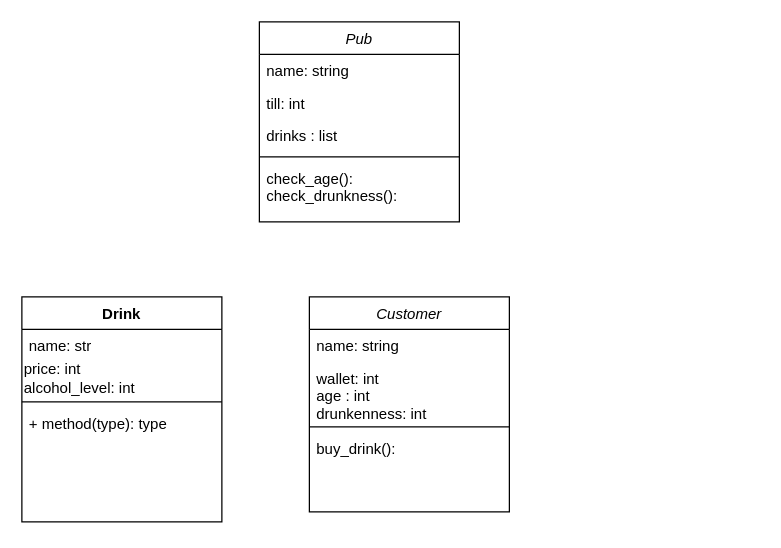
This is Class_Diagrams_Pub.drawio from Wellington-Black/pub_lab, a draw.io file, before an edit. Source tidied: cells renumbered, new cells numbered last; positions are measured from the earlier drawing's top-left corner, leaving out a move shared by most shapes. Both pictures are drawn from the tidied source at 125%, with x=0, y=0 at pixel (21, 21).
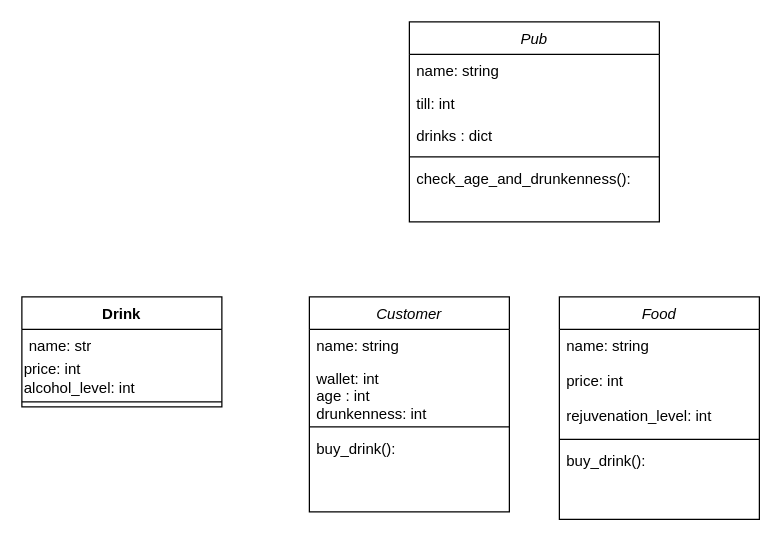
After the change.

The edit, as a diff of the source:
```diff
@@
     <mxCell id="2" value="Pub" style="swimlane;fontStyle=2;align=center;verticalAlign=top;horizontal=1;startSize=26;rounded=0;shadow=0;strokeWidth=1;" parent="1" vertex="1">
-      <mxGeometry x="190" width="160" height="160" as="geometry" />
+      <mxGeometry x="310" width="200" height="160" as="geometry" />
     </mxCell>
     <mxCell id="3" value="name: string" style="text;align=left;verticalAlign=top;spacingLeft=4;spacingRight=4;overflow=hidden;" parent="2" vertex="1">
-      <mxGeometry y="26" width="160" height="26" as="geometry" />
+      <mxGeometry y="26" width="200" height="26" as="geometry" />
     </mxCell>
     <mxCell id="4" value="till: int" style="text;align=left;verticalAlign=top;spacingLeft=4;spacingRight=4;overflow=hidden;rounded=0;shadow=0;html=0;" parent="2" vertex="1">
-      <mxGeometry y="52" width="160" height="26" as="geometry" />
+      <mxGeometry y="52" width="200" height="26" as="geometry" />
     </mxCell>
-    <mxCell id="5" value="drinks : list" style="text;align=left;verticalAlign=top;spacingLeft=4;spacingRight=4;overflow=hidden;rounded=0;shadow=0;html=0;" parent="2" vertex="1">
-      <mxGeometry y="78" width="160" height="26" as="geometry" />
+    <mxCell id="5" value="drinks : dict" style="text;align=left;verticalAlign=top;spacingLeft=4;spacingRight=4;overflow=hidden;rounded=0;shadow=0;html=0;" parent="2" vertex="1">
+      <mxGeometry y="78" width="200" height="26" as="geometry" />
     </mxCell>
     <mxCell id="6" style="line;html=1;strokeWidth=1;align=left;verticalAlign=middle;spacingTop=-1;spacingLeft=3;spacingRight=3;labelPosition=right;" parent="2" vertex="1">
-      <mxGeometry y="104" width="160" height="8" as="geometry" />
+      <mxGeometry y="104" width="200" height="8" as="geometry" />
     </mxCell>
-    <mxCell id="7" value="check_age():&#10;check_drunkness(): " style="text;align=left;verticalAlign=top;spacingLeft=4;spacingRight=4;overflow=hidden;" parent="2" vertex="1">
-      <mxGeometry y="112" width="160" height="48" as="geometry" />
+    <mxCell id="7" value="check_age_and_drunkenness():" style="text;align=left;verticalAlign=top;spacingLeft=4;spacingRight=4;overflow=hidden;" parent="2" vertex="1">
+      <mxGeometry y="112" width="200" height="48" as="geometry" />
     </mxCell>
     <mxCell id="8" value="Drink" style="swimlane;fontStyle=1;align=center;verticalAlign=top;horizontal=1;startSize=26;" parent="1" vertex="1">
-      <mxGeometry y="220" width="160" height="180" as="geometry" />
+      <mxGeometry y="220" width="160" height="88" as="geometry" />
     </mxCell>
@@
-    <mxCell id="12" value="+ method(type): type" style="text;strokeColor=none;fillColor=none;align=left;verticalAlign=top;spacingLeft=4;spacingRight=4;overflow=hidden;" parent="8" vertex="1">
-      <mxGeometry y="88" width="160" height="92" as="geometry" />
-    </mxCell>
@@
+    <mxCell id="18" value="Food" style="swimlane;fontStyle=2;align=center;verticalAlign=top;horizontal=1;startSize=26;rounded=0;shadow=0;strokeWidth=1;" parent="1" vertex="1">
+      <mxGeometry x="430" y="220" width="160" height="178" as="geometry" />
+    </mxCell>
+    <mxCell id="19" value="name: string&#10;&#10;price: int&#10;&#10;rejuvenation_level: int" style="text;align=left;verticalAlign=top;spacingLeft=4;spacingRight=4;overflow=hidden;" parent="18" vertex="1">
+      <mxGeometry y="26" width="160" height="84" as="geometry" />
+    </mxCell>
+    <mxCell id="20" style="line;html=1;strokeWidth=1;align=left;verticalAlign=middle;spacingTop=-1;spacingLeft=3;spacingRight=3;labelPosition=right;" parent="18" vertex="1">
+      <mxGeometry y="110" width="160" height="8" as="geometry" />
+    </mxCell>
+    <mxCell id="21" value="buy_drink():&#10;" style="text;align=left;verticalAlign=top;spacingLeft=4;spacingRight=4;overflow=hidden;" parent="18" vertex="1">
+      <mxGeometry y="118" width="160" height="60" as="geometry" />
+    </mxCell>
```
